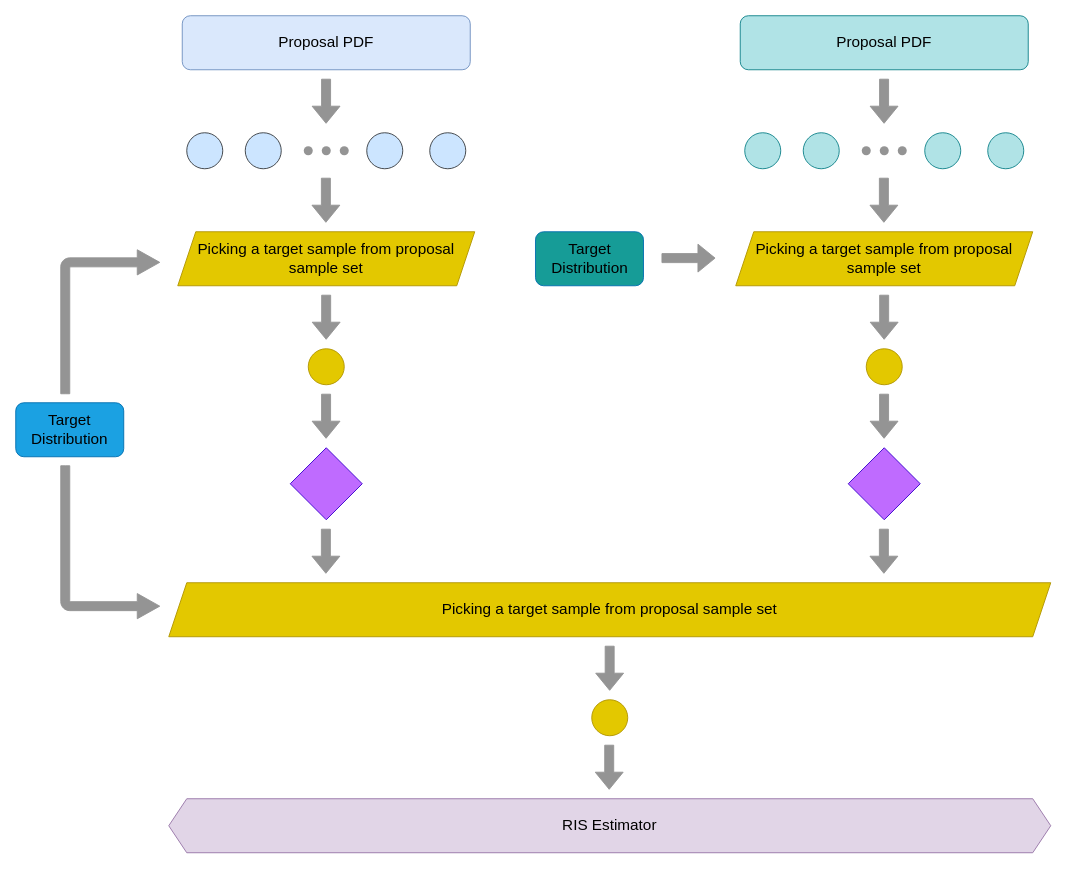
This is img/posts/understanding_the_math_behind_restir_di/ReStir_5.drawio from JiayinCao/AGraphicsGuyNotes, a draw.io file, before an edit. Source tidied: cells renumbered, new cells numbered last; positions are measured from the earlier drawing's top-left corner, leaving out a move shared by most shapes. Both pictures are drawn from the tidied source at 90%, with x=0, y=0 at pixel (15, 15).
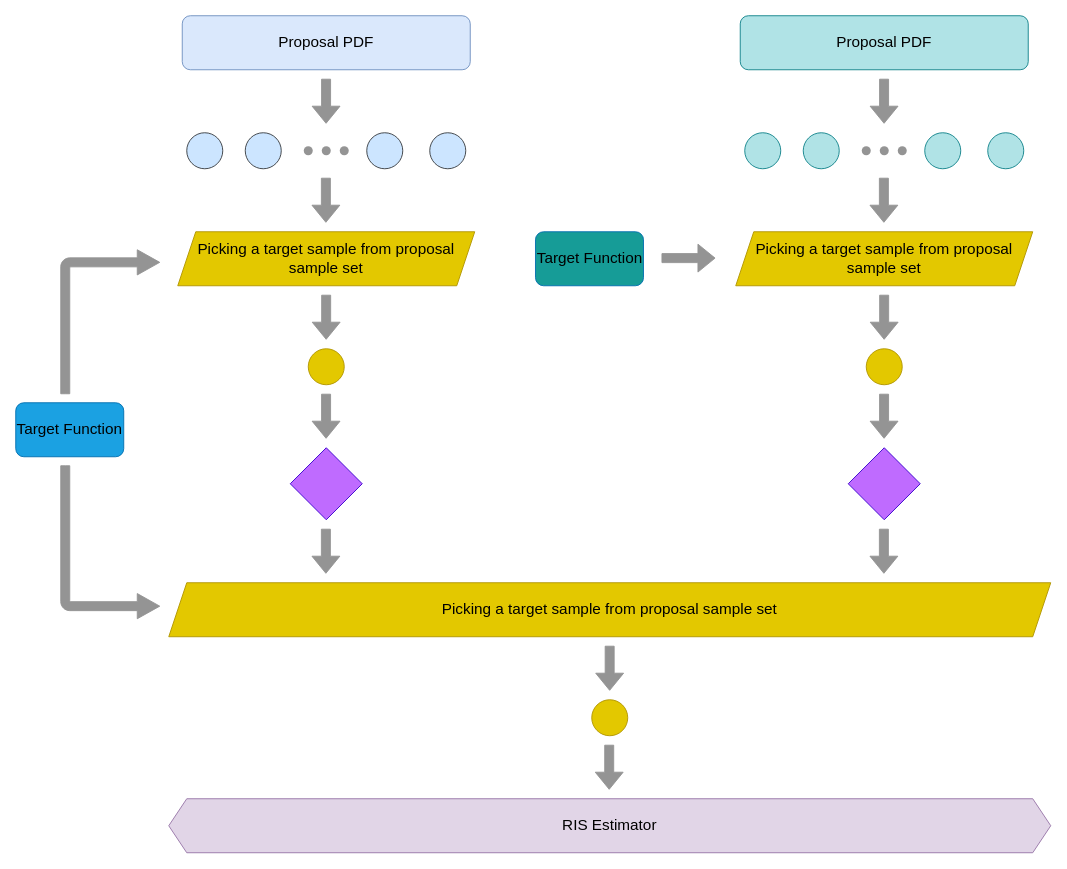
After the change.

What changed in the source:
```diff
@@
-    <mxCell id="8" value="&lt;font style=&quot;font-size: 17px;&quot; color=&quot;#000000&quot;&gt;Target Distribution&lt;/font&gt;" style="rounded=1;whiteSpace=wrap;html=1;fillColor=#1ba1e2;strokeColor=#006EAF;fontColor=#ffffff;" parent="1" vertex="1">
+    <mxCell id="8" value="&lt;font style=&quot;font-size: 17px;&quot; color=&quot;#000000&quot;&gt;Target Function&lt;/font&gt;" style="rounded=1;whiteSpace=wrap;html=1;fillColor=#1ba1e2;strokeColor=#006EAF;fontColor=#ffffff;" parent="1" vertex="1">
       <mxGeometry y="430" width="120" height="60" as="geometry" />
     </mxCell>
@@
-    <mxCell id="19" value="&lt;font style=&quot;font-size: 17px;&quot; color=&quot;#000000&quot;&gt;Target Distribution&lt;/font&gt;" style="rounded=1;whiteSpace=wrap;html=1;fillColor=#169C97;strokeColor=#006EAF;fontColor=#ffffff;" parent="1" vertex="1">
+    <mxCell id="19" value="&lt;font style=&quot;font-size: 17px;&quot; color=&quot;#000000&quot;&gt;Target Function&lt;br&gt;&lt;/font&gt;" style="rounded=1;whiteSpace=wrap;html=1;fillColor=#169C97;strokeColor=#006EAF;fontColor=#ffffff;" parent="1" vertex="1">
       <mxGeometry x="577.5" y="240" width="120" height="60" as="geometry" />
     </mxCell>
```
